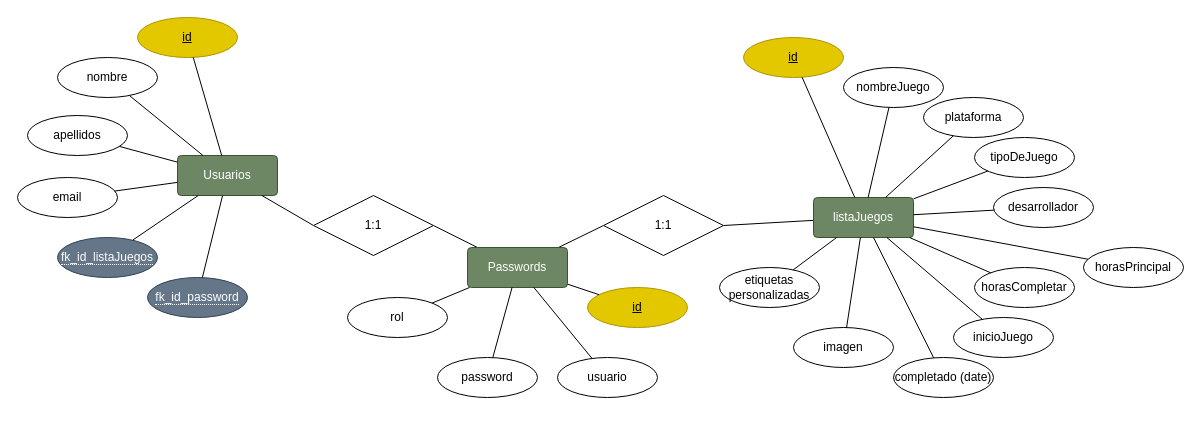
The draw.io diagram BASES DATOS/Diagrama sin título.drawio in Pendergastt/Impulso_06, before the edit. Source tidied: cells renumbered, new cells numbered last; positions are measured from the earlier drawing's top-left corner, leaving out a move shared by most shapes. Both pictures are drawn from the tidied source at 100%, with x=0, y=0 at pixel (17, 17).
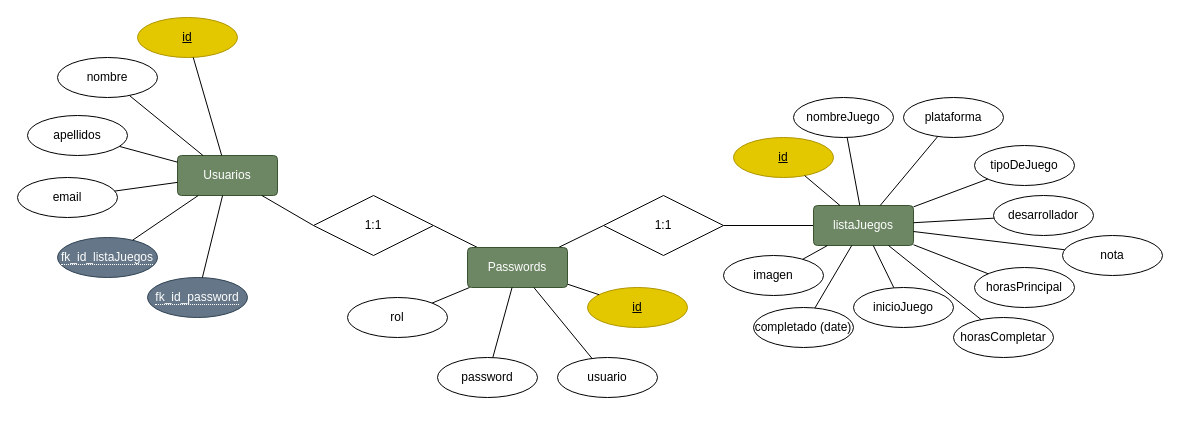
After the change.

Diff of the diagram source:
```diff
@@
     <mxCell id="6" style="group;" parent="1" vertex="1">
-      <mxGeometry x="746" y="20" width="420" height="360" as="geometry" />
+      <mxGeometry x="746" y="28" width="420" height="360" as="geometry" />
     </mxCell>
     <mxCell id="7" value="nombreJuego" style="ellipse;whiteSpace=wrap;html=1;align=center;" parent="6" vertex="1">
-      <mxGeometry x="80" y="30" width="100" height="40" as="geometry" />
+      <mxGeometry x="30" y="52" width="100" height="40" as="geometry" />
     </mxCell>
     <mxCell id="8" value="id" style="ellipse;whiteSpace=wrap;html=1;align=center;fontStyle=4;fillColor=#e3c800;fontColor=#000000;strokeColor=light-dark(#B09500, #fbde3c);" parent="6" vertex="1">
-      <mxGeometry x="-20" width="100" height="40" as="geometry" />
+      <mxGeometry x="-30" y="92" width="100" height="40" as="geometry" />
     </mxCell>
     <mxCell id="9" value="plataforma" style="ellipse;whiteSpace=wrap;html=1;align=center;" parent="6" vertex="1">
-      <mxGeometry x="160" y="60" width="100" height="40" as="geometry" />
+      <mxGeometry x="140" y="52" width="100" height="40" as="geometry" />
     </mxCell>
@@
     <mxCell id="12" value="horasCompletar" style="ellipse;whiteSpace=wrap;html=1;align=center;" parent="6" vertex="1">
-      <mxGeometry x="211" y="230" width="100" height="40" as="geometry" />
+      <mxGeometry x="190" y="272" width="100" height="40" as="geometry" />
     </mxCell>
     <mxCell id="13" value="inicioJuego" style="ellipse;whiteSpace=wrap;html=1;align=center;" parent="6" vertex="1">
-      <mxGeometry x="190" y="280" width="100" height="40" as="geometry" />
+      <mxGeometry x="90" y="242" width="100" height="40" as="geometry" />
     </mxCell>
     <mxCell id="14" value="horasPrincipal" style="ellipse;whiteSpace=wrap;html=1;align=center;" parent="6" vertex="1">
-      <mxGeometry x="320" y="210" width="100" height="40" as="geometry" />
+      <mxGeometry x="211" y="222" width="100" height="40" as="geometry" />
     </mxCell>
     <mxCell id="15" value="completado (date)" style="ellipse;whiteSpace=wrap;html=1;align=center;" parent="6" vertex="1">
-      <mxGeometry x="130" y="320" width="100" height="40" as="geometry" />
+      <mxGeometry x="-10" y="262" width="100" height="40" as="geometry" />
     </mxCell>
     <mxCell id="16" value="imagen" style="ellipse;whiteSpace=wrap;html=1;align=center;" parent="6" vertex="1">
-      <mxGeometry x="30" y="290" width="100" height="40" as="geometry" />
+      <mxGeometry x="-40" y="210" width="100" height="40" as="geometry" />
     </mxCell>
@@
-    <mxCell id="28" value="etiquetas personalizadas" style="ellipse;whiteSpace=wrap;html=1;align=center;" parent="6" vertex="1">
-      <mxGeometry x="-44" y="230" width="100" height="40" as="geometry" />
+    <mxCell id="28" value="nota" style="ellipse;whiteSpace=wrap;html=1;align=center;" parent="6" vertex="1">
+      <mxGeometry x="299" y="190" width="100" height="40" as="geometry" />
     </mxCell>
```
